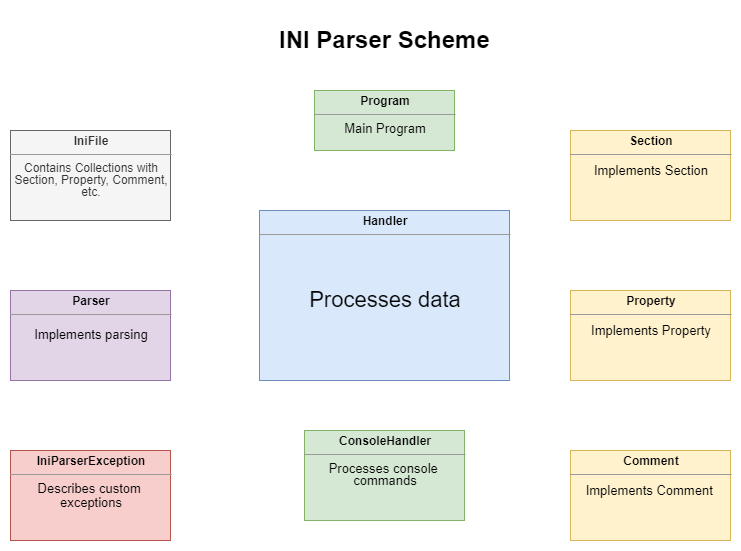
Above: Tasks/inipscheme.png in annchous/OopLabs (draw.io), before the change. Source tidied: cells renumbered, new cells last; positions are measured from the earlier drawing's top-left corner, leaving out a move shared by most shapes.
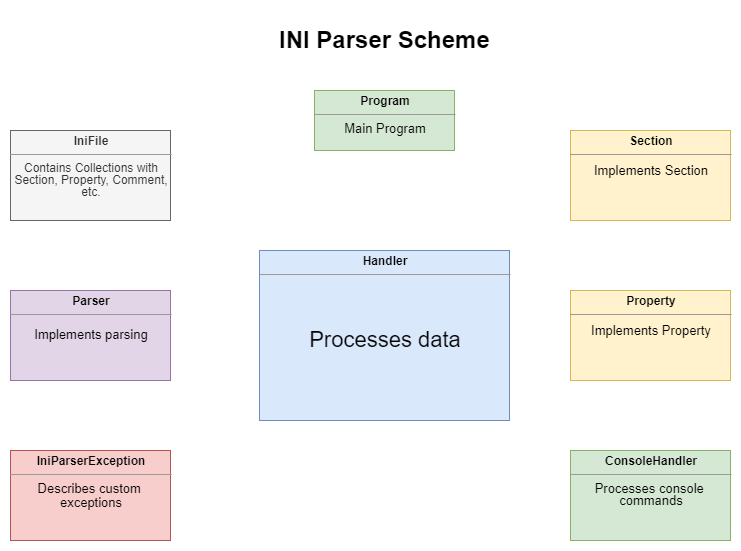
After the commit.

Change to the diagram source:
```diff
@@ -12,7 +12,7 @@
       <mxGeometry y="110" width="160" height="90" as="geometry" />
     </mxCell>
     <mxCell id="5" value="&lt;p style=&quot;margin: 0px ; margin-top: 4px ; text-align: center&quot;&gt;&lt;b&gt;Handler&lt;/b&gt;&lt;/p&gt;&lt;hr size=&quot;1&quot;&gt;&lt;div style=&quot;text-align: center ; height: 2px&quot;&gt;&lt;font style=&quot;font-size: 22px&quot;&gt;&lt;br&gt;&lt;/font&gt;&lt;/div&gt;&lt;div style=&quot;text-align: center ; height: 2px&quot;&gt;&lt;font style=&quot;font-size: 22px&quot;&gt;&lt;br&gt;&lt;/font&gt;&lt;/div&gt;&lt;div style=&quot;text-align: center ; height: 2px&quot;&gt;&lt;font style=&quot;font-size: 22px&quot;&gt;&lt;br&gt;&lt;/font&gt;&lt;/div&gt;&lt;div style=&quot;text-align: center ; height: 2px&quot;&gt;&lt;font style=&quot;font-size: 22px&quot;&gt;&lt;br&gt;&lt;/font&gt;&lt;/div&gt;&lt;div style=&quot;text-align: center ; height: 2px&quot;&gt;&lt;font style=&quot;font-size: 22px&quot;&gt;&lt;br&gt;&lt;/font&gt;&lt;/div&gt;&lt;div style=&quot;text-align: center ; height: 2px&quot;&gt;&lt;font style=&quot;font-size: 22px&quot;&gt;&lt;br&gt;&lt;/font&gt;&lt;/div&gt;&lt;div style=&quot;text-align: center ; height: 2px&quot;&gt;&lt;font style=&quot;font-size: 22px&quot;&gt;&lt;br&gt;&lt;/font&gt;&lt;/div&gt;&lt;div style=&quot;text-align: center ; height: 2px&quot;&gt;&lt;font style=&quot;font-size: 22px&quot;&gt;&lt;br&gt;&lt;/font&gt;&lt;/div&gt;&lt;div style=&quot;text-align: center ; height: 2px&quot;&gt;&lt;font style=&quot;font-size: 22px&quot;&gt;&lt;br&gt;&lt;/font&gt;&lt;/div&gt;&lt;div style=&quot;text-align: center ; height: 2px&quot;&gt;&lt;font style=&quot;font-size: 22px&quot;&gt;&lt;br&gt;&lt;/font&gt;&lt;/div&gt;&lt;div style=&quot;text-align: center ; height: 2px&quot;&gt;&lt;font style=&quot;font-size: 22px&quot;&gt;&lt;br&gt;&lt;/font&gt;&lt;/div&gt;&lt;div style=&quot;text-align: center ; height: 2px&quot;&gt;&lt;font style=&quot;font-size: 22px&quot;&gt;&lt;br&gt;&lt;/font&gt;&lt;/div&gt;&lt;div style=&quot;text-align: center ; height: 2px&quot;&gt;&lt;font style=&quot;font-size: 22px&quot;&gt;&lt;br&gt;&lt;/font&gt;&lt;/div&gt;&lt;div style=&quot;text-align: center ; height: 2px&quot;&gt;&lt;font style=&quot;font-size: 22px&quot;&gt;&lt;br&gt;&lt;/font&gt;&lt;/div&gt;&lt;div style=&quot;text-align: center ; height: 2px&quot;&gt;&lt;font style=&quot;font-size: 22px&quot;&gt;&lt;br&gt;&lt;/font&gt;&lt;/div&gt;&lt;div style=&quot;text-align: center ; height: 2px&quot;&gt;&lt;font style=&quot;font-size: 22px&quot;&gt;&lt;br&gt;&lt;/font&gt;&lt;/div&gt;&lt;div style=&quot;text-align: center ; height: 2px&quot;&gt;&lt;font style=&quot;font-size: 22px&quot;&gt;&lt;br&gt;&lt;/font&gt;&lt;/div&gt;&lt;div style=&quot;text-align: center ; height: 2px&quot;&gt;&lt;font style=&quot;font-size: 22px&quot;&gt;&lt;br&gt;&lt;/font&gt;&lt;/div&gt;&lt;div style=&quot;text-align: center ; height: 2px&quot;&gt;&lt;font style=&quot;font-size: 22px&quot;&gt;&lt;br&gt;&lt;/font&gt;&lt;/div&gt;&lt;div style=&quot;text-align: center ; height: 2px&quot;&gt;&lt;font style=&quot;font-size: 22px&quot;&gt;&lt;br&gt;&lt;/font&gt;&lt;/div&gt;&lt;div style=&quot;text-align: center ; height: 2px&quot;&gt;&lt;font style=&quot;font-size: 22px&quot;&gt;&lt;br&gt;&lt;/font&gt;&lt;/div&gt;&lt;div style=&quot;text-align: center ; height: 2px&quot;&gt;&lt;font style=&quot;font-size: 22px&quot;&gt;&lt;br&gt;&lt;/font&gt;&lt;/div&gt;&lt;div style=&quot;text-align: center ; height: 2px&quot;&gt;&lt;font style=&quot;font-size: 22px&quot;&gt;&lt;br&gt;&lt;/font&gt;&lt;/div&gt;&lt;div style=&quot;text-align: center ; height: 2px&quot;&gt;&lt;font style=&quot;font-size: 22px&quot;&gt;Processes data&lt;/font&gt;&lt;/div&gt;" style="verticalAlign=top;align=left;overflow=fill;fontSize=12;fontFamily=Helvetica;html=1;fillColor=#dae8fc;strokeColor=#6c8ebf;" parent="1" vertex="1">
-      <mxGeometry x="249" y="190" width="250" height="170" as="geometry" />
+      <mxGeometry x="249" y="230" width="250" height="170" as="geometry" />
     </mxCell>
     <mxCell id="6" value="&lt;p style=&quot;margin: 0px ; margin-top: 4px ; text-align: center&quot;&gt;&lt;b&gt;IniParserException&lt;/b&gt;&lt;/p&gt;&lt;hr size=&quot;1&quot;&gt;&lt;div style=&quot;text-align: center ; height: 2px ; font-size: 13px&quot;&gt;&lt;font style=&quot;font-size: 13px&quot;&gt;Describes custom&amp;nbsp;&lt;/font&gt;&lt;/div&gt;&lt;div style=&quot;text-align: center ; height: 2px ; font-size: 13px&quot;&gt;&lt;font style=&quot;font-size: 13px&quot;&gt;&lt;br&gt;&lt;/font&gt;&lt;/div&gt;&lt;div style=&quot;text-align: center ; height: 2px ; font-size: 13px&quot;&gt;&lt;font style=&quot;font-size: 13px&quot;&gt;&lt;br&gt;&lt;/font&gt;&lt;/div&gt;&lt;div style=&quot;text-align: center ; height: 2px ; font-size: 13px&quot;&gt;&lt;font style=&quot;font-size: 13px&quot;&gt;&lt;br&gt;&lt;/font&gt;&lt;/div&gt;&lt;div style=&quot;text-align: center ; height: 2px ; font-size: 13px&quot;&gt;&lt;font style=&quot;font-size: 13px&quot;&gt;&lt;br&gt;&lt;/font&gt;&lt;/div&gt;&lt;div style=&quot;text-align: center ; height: 2px ; font-size: 13px&quot;&gt;&lt;font style=&quot;font-size: 13px&quot;&gt;&lt;br&gt;&lt;/font&gt;&lt;/div&gt;&lt;div style=&quot;text-align: center ; height: 2px ; font-size: 13px&quot;&gt;&lt;font style=&quot;font-size: 13px&quot;&gt;&lt;br&gt;&lt;/font&gt;&lt;/div&gt;&lt;div style=&quot;text-align: center ; height: 2px ; font-size: 13px&quot;&gt;&lt;font style=&quot;font-size: 13px&quot;&gt;exceptions&lt;/font&gt;&lt;/div&gt;" style="verticalAlign=top;align=left;overflow=fill;fontSize=12;fontFamily=Helvetica;html=1;fillColor=#f8cecc;strokeColor=#b85450;" parent="1" vertex="1">
       <mxGeometry y="430" width="160" height="90" as="geometry" />
@@ -21,7 +21,7 @@
       <mxGeometry y="270" width="160" height="90" as="geometry" />
     </mxCell>
     <mxCell id="8" value="&lt;p style=&quot;margin: 0px ; margin-top: 4px ; text-align: center&quot;&gt;&lt;b&gt;ConsoleHandler&lt;/b&gt;&lt;/p&gt;&lt;hr size=&quot;1&quot;&gt;&lt;div style=&quot;text-align: center ; height: 2px ; font-size: 13px&quot;&gt;&lt;font style=&quot;font-size: 13px&quot;&gt;Processes console&amp;nbsp;&lt;/font&gt;&lt;/div&gt;&lt;div style=&quot;text-align: center ; height: 2px ; font-size: 13px&quot;&gt;&lt;font style=&quot;font-size: 13px&quot;&gt;&lt;br&gt;&lt;/font&gt;&lt;/div&gt;&lt;div style=&quot;text-align: center ; height: 2px ; font-size: 13px&quot;&gt;&lt;font style=&quot;font-size: 13px&quot;&gt;&lt;br&gt;&lt;/font&gt;&lt;/div&gt;&lt;div style=&quot;text-align: center ; height: 2px ; font-size: 13px&quot;&gt;&lt;font style=&quot;font-size: 13px&quot;&gt;&lt;br&gt;&lt;/font&gt;&lt;/div&gt;&lt;div style=&quot;text-align: center ; height: 2px ; font-size: 13px&quot;&gt;&lt;font style=&quot;font-size: 13px&quot;&gt;&lt;br&gt;&lt;/font&gt;&lt;/div&gt;&lt;div style=&quot;text-align: center ; height: 2px ; font-size: 13px&quot;&gt;&lt;font style=&quot;font-size: 13px&quot;&gt;&lt;br&gt;&lt;/font&gt;&lt;/div&gt;&lt;div style=&quot;text-align: center ; height: 2px ; font-size: 13px&quot;&gt;&lt;font style=&quot;font-size: 13px&quot;&gt;commands&lt;/font&gt;&lt;/div&gt;" style="verticalAlign=top;align=left;overflow=fill;fontSize=12;fontFamily=Helvetica;html=1;fillColor=#d5e8d4;strokeColor=#82b366;" parent="1" vertex="1">
-      <mxGeometry x="294" y="410" width="160" height="90" as="geometry" />
+      <mxGeometry x="560" y="430" width="160" height="90" as="geometry" />
     </mxCell>
     <mxCell id="9" value="&lt;p style=&quot;margin: 0px ; margin-top: 4px ; text-align: center&quot;&gt;&lt;b&gt;Section&lt;/b&gt;&lt;/p&gt;&lt;hr size=&quot;1&quot;&gt;&lt;div style=&quot;text-align: center ; height: 2px ; font-size: 13px&quot;&gt;&lt;br&gt;&lt;/div&gt;&lt;div style=&quot;text-align: center ; height: 2px ; font-size: 13px&quot;&gt;Implements Section&lt;/div&gt;" style="verticalAlign=top;align=left;overflow=fill;fontSize=12;fontFamily=Helvetica;html=1;fillColor=#fff2cc;strokeColor=#d6b656;" parent="1" vertex="1">
       <mxGeometry x="560" y="110" width="160" height="90" as="geometry" />
@@ -29,8 +29,5 @@
     <mxCell id="10" value="&lt;p style=&quot;margin: 0px ; margin-top: 4px ; text-align: center&quot;&gt;&lt;b&gt;Property&lt;/b&gt;&lt;/p&gt;&lt;hr size=&quot;1&quot;&gt;&lt;div style=&quot;text-align: center ; height: 2px ; font-size: 13px&quot;&gt;&lt;br&gt;&lt;/div&gt;&lt;div style=&quot;text-align: center ; height: 2px ; font-size: 13px&quot;&gt;Implements Property&lt;/div&gt;" style="verticalAlign=top;align=left;overflow=fill;fontSize=12;fontFamily=Helvetica;html=1;fillColor=#fff2cc;strokeColor=#d6b656;" parent="1" vertex="1">
       <mxGeometry x="560" y="270" width="160" height="90" as="geometry" />
     </mxCell>
-    <mxCell id="11" value="&lt;p style=&quot;margin: 0px ; margin-top: 4px ; text-align: center&quot;&gt;&lt;b&gt;Comment&lt;/b&gt;&lt;/p&gt;&lt;hr size=&quot;1&quot;&gt;&lt;div style=&quot;text-align: center ; height: 2px&quot;&gt;&lt;span style=&quot;font-size: 13px&quot;&gt;&lt;br&gt;&lt;/span&gt;&lt;/div&gt;&lt;div style=&quot;text-align: center ; height: 2px&quot;&gt;&lt;span style=&quot;font-size: 13px&quot;&gt;Implements Comment&amp;nbsp;&lt;/span&gt;&lt;/div&gt;&lt;div style=&quot;text-align: center ; height: 2px&quot;&gt;&lt;br&gt;&lt;/div&gt;" style="verticalAlign=top;align=left;overflow=fill;fontSize=12;fontFamily=Helvetica;html=1;fillColor=#fff2cc;strokeColor=#d6b656;" parent="1" vertex="1">
-      <mxGeometry x="560" y="430" width="160" height="90" as="geometry" />
-    </mxCell>
   </root>
 </mxGraphModel>
```
